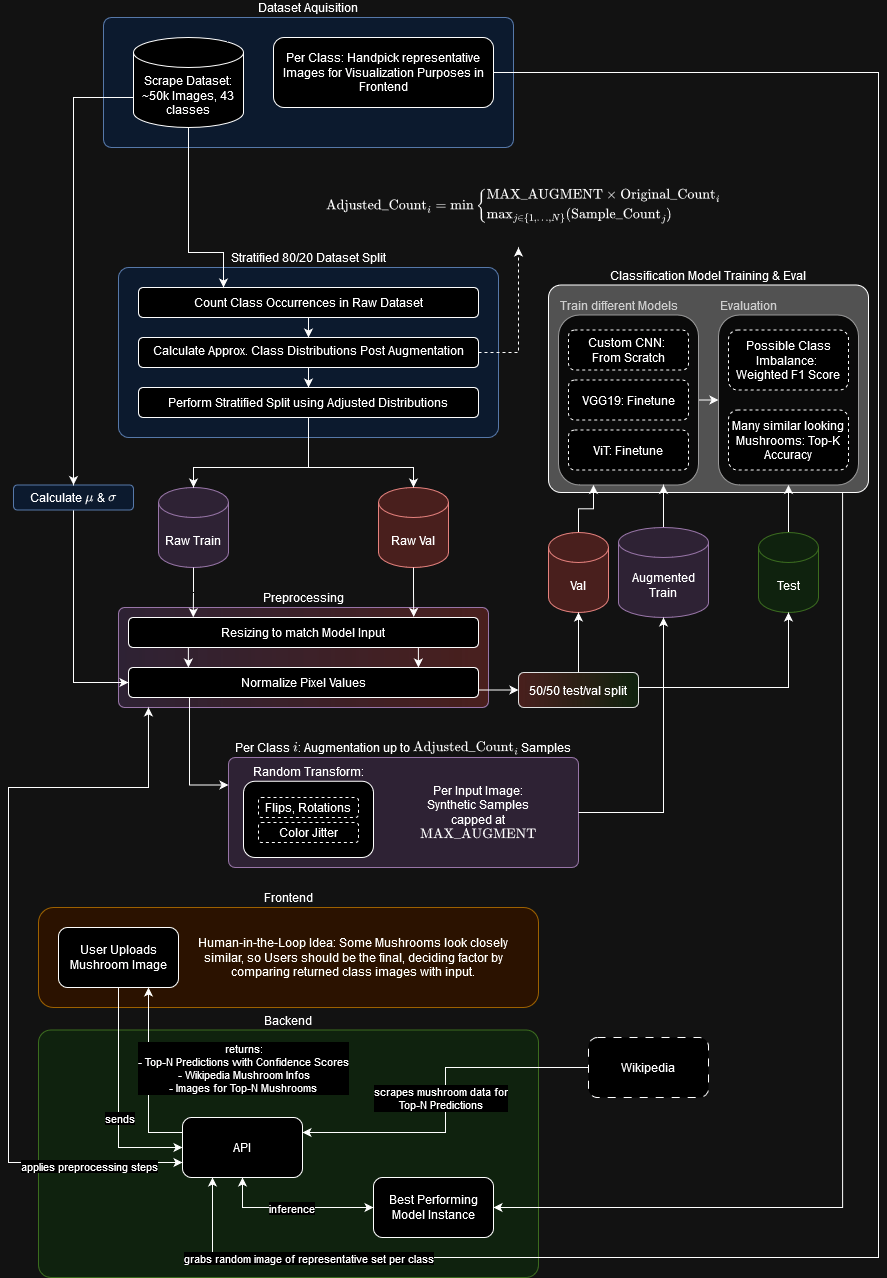
This is backend/plots/AIR_G7_Architecture_vertical.png from Lksman/Shroomlense, a draw.io export, as it was before one commit. Source tidied: cells renumbered, new cells last; positions are measured from the earlier drawing's top-left corner, leaving out a move shared by most shapes.
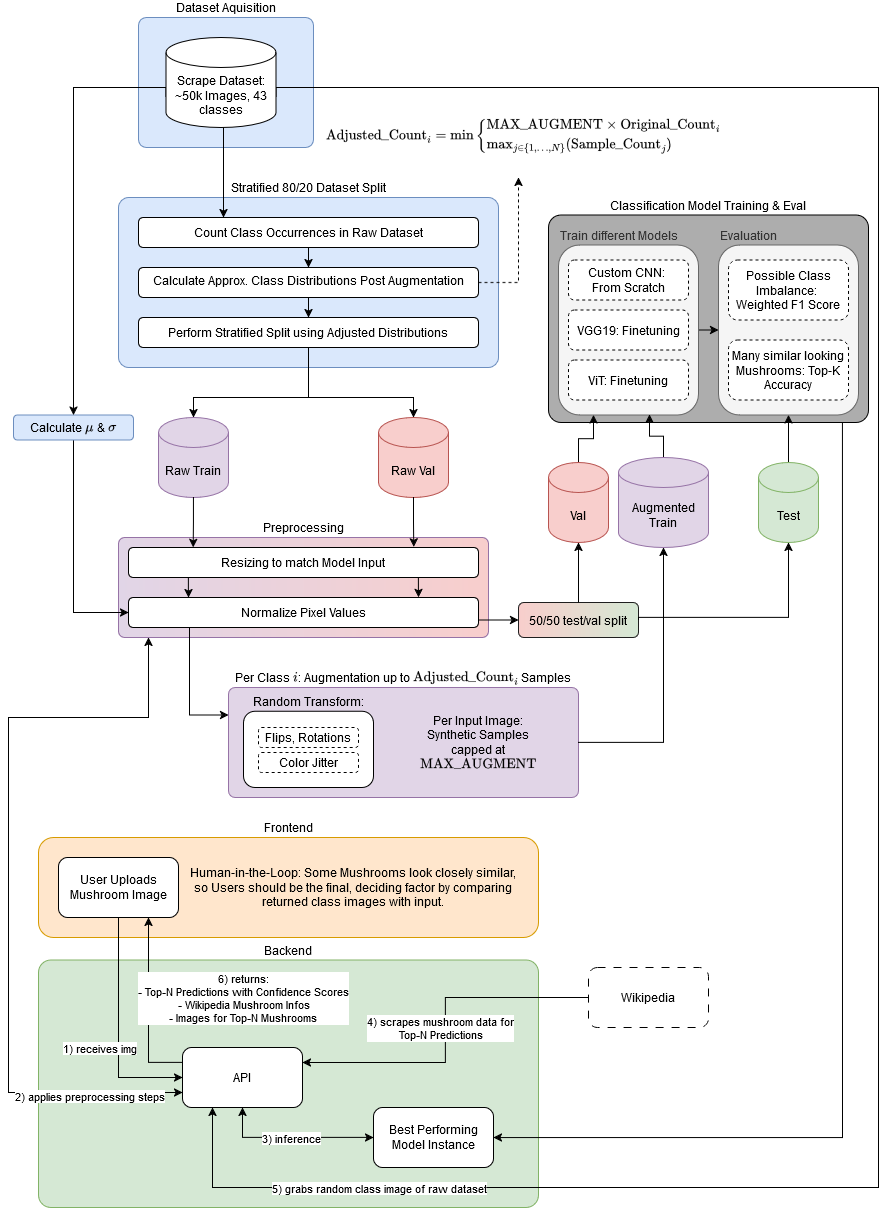
Later version of the same file.

What changed in the source:
```diff
@@ -3,7 +3,7 @@
     <mxCell id="0" />
     <mxCell id="1" parent="0" />
     <mxCell id="2" value="Dataset Aquisition" style="rounded=1;whiteSpace=wrap;html=1;labelPosition=center;verticalLabelPosition=top;align=center;verticalAlign=bottom;arcSize=6;textDirection=ltr;fillColor=#dae8fc;strokeColor=#6c8ebf;" parent="1" vertex="1">
-      <mxGeometry x="95" width="410" height="130" as="geometry" />
+      <mxGeometry x="130" y="70" width="175" height="130" as="geometry" />
     </mxCell>
     <mxCell id="3" value="Backend" style="rounded=1;whiteSpace=wrap;html=1;arcSize=5;align=center;labelPosition=center;verticalLabelPosition=top;verticalAlign=bottom;fillColor=#d5e8d4;strokeColor=#82b366;" parent="1" vertex="1">
       <mxGeometry x="30" y="1012.5" width="500" height="247.5" as="geometry" />
@@ -162,13 +162,13 @@
     <mxCell id="43" value="&lt;div&gt;Custom CNN:&amp;nbsp;&lt;/div&gt;&lt;div&gt;From Scratch&lt;/div&gt;" style="rounded=1;whiteSpace=wrap;html=1;dashed=1;" parent="1" vertex="1">
       <mxGeometry x="560" y="312.5" width="120" height="40" as="geometry" />
     </mxCell>
-    <mxCell id="44" value="VGG19: Finetune" style="rounded=1;whiteSpace=wrap;html=1;dashed=1;" parent="1" vertex="1">
+    <mxCell id="44" value="VGG19: Finetuning" style="rounded=1;whiteSpace=wrap;html=1;dashed=1;" parent="1" vertex="1">
       <mxGeometry x="560" y="362.5" width="120" height="40" as="geometry" />
     </mxCell>
-    <mxCell id="45" value="ViT: Finetune" style="rounded=1;whiteSpace=wrap;html=1;dashed=1;" parent="1" vertex="1">
+    <mxCell id="45" value="ViT: Finetuning" style="rounded=1;whiteSpace=wrap;html=1;dashed=1;" parent="1" vertex="1">
       <mxGeometry x="560" y="412.5" width="120" height="40" as="geometry" />
     </mxCell>
-    <mxCell id="46" style="edgeStyle=orthogonalEdgeStyle;rounded=0;jettySize=auto;html=1;exitX=0.5;exitY=0;exitDx=0;exitDy=0;exitPerimeter=0;entryX=0.75;entryY=1;entryDx=0;entryDy=0;" parent="1" edge="1" source="47" target="42">
+    <mxCell id="46" style="edgeStyle=orthogonalEdgeStyle;rounded=0;jettySize=auto;html=1;exitX=0.5;exitY=0;exitDx=0;exitDy=0;exitPerimeter=0;entryX=0.65;entryY=0.997;entryDx=0;entryDy=0;entryPerimeter=0;" parent="1" edge="1" source="47" target="42">
       <mxGeometry relative="1" as="geometry" />
     </mxCell>
     <mxCell id="47" value="Augmented Train" style="shape=cylinder3;whiteSpace=wrap;html=1;boundedLbl=1;backgroundOutline=1;size=15;fillColor=#e1d5e7;strokeColor=#9673a6;" parent="1" vertex="1">
@@ -184,23 +184,23 @@
     <mxCell id="49" style="edgeStyle=orthogonalEdgeStyle;rounded=0;jettySize=auto;html=1;exitX=0.5;exitY=1;exitDx=0;exitDy=0;entryX=0.25;entryY=0;entryDx=0;entryDy=0;exitPerimeter=0;" parent="1" edge="1" source="69" target="10">
       <mxGeometry relative="1" as="geometry">
         <Array as="points">
-          <mxPoint x="180" y="235" />
-          <mxPoint x="215" y="235" />
+          <mxPoint x="215" y="110" />
         </Array>
       </mxGeometry>
     </mxCell>
-    <mxCell id="50" style="edgeStyle=orthogonalEdgeStyle;rounded=0;jettySize=auto;html=1;exitX=1;exitY=0.5;exitDx=0;exitDy=0;entryX=0.25;entryY=1;entryDx=0;entryDy=0;" parent="1" edge="1" source="70" target="66">
+    <mxCell id="50" style="edgeStyle=orthogonalEdgeStyle;rounded=0;jettySize=auto;html=1;entryX=0.25;entryY=1;entryDx=0;entryDy=0;exitX=1;exitY=0;exitDx=0;exitDy=60;exitPerimeter=0;" parent="1" edge="1" source="69" target="66">
       <mxGeometry relative="1" as="geometry">
         <Array as="points">
-          <mxPoint x="870" y="55" />
+          <mxPoint x="268" y="140" />
+          <mxPoint x="870" y="140" />
           <mxPoint x="870" y="1240" />
           <mxPoint x="204" y="1240" />
         </Array>
       </mxGeometry>
     </mxCell>
-    <mxCell id="51" value="grabs random image of representative set per class" style="edgeLabel;html=1;align=center;verticalAlign=middle;" parent="50" vertex="1">
+    <mxCell id="51" value="5) grabs random class image of raw dataset" style="edgeLabel;html=1;align=center;verticalAlign=middle;" parent="50" vertex="1">
       <mxGeometry x="0.4" y="4" relative="1" as="geometry">
-        <mxPoint x="-522" y="-4" as="offset" />
+        <mxPoint x="-494" y="-4" as="offset" />
       </mxGeometry>
     </mxCell>
     <mxCell id="52" value="Evaluation" style="rounded=1;whiteSpace=wrap;html=1;labelPosition=center;verticalLabelPosition=top;align=left;verticalAlign=bottom;fillColor=#f5f5f5;fontColor=#333333;strokeColor=#666666;" parent="1" vertex="1">
@@ -221,9 +221,9 @@
     <mxCell id="57" style="edgeStyle=orthogonalEdgeStyle;rounded=0;jettySize=auto;html=1;exitX=0.5;exitY=1;exitDx=0;exitDy=0;entryX=0;entryY=0.5;entryDx=0;entryDy=0;" parent="1" edge="1" source="59" target="66">
       <mxGeometry relative="1" as="geometry" />
     </mxCell>
-    <mxCell id="58" value="sends" style="edgeLabel;html=1;align=center;verticalAlign=middle;" parent="57" vertex="1">
+    <mxCell id="58" value="1) receives img" style="edgeLabel;html=1;align=center;verticalAlign=middle;" parent="57" vertex="1">
       <mxGeometry x="-0.08" relative="1" as="geometry">
-        <mxPoint y="27" as="offset" />
+        <mxPoint x="-20" y="27" as="offset" />
       </mxGeometry>
     </mxCell>
     <mxCell id="59" value="User Uploads Mushroom Image" style="rounded=1;whiteSpace=wrap;html=1;" parent="1" vertex="1">
@@ -232,7 +232,7 @@
     <mxCell id="60" style="edgeStyle=orthogonalEdgeStyle;rounded=0;jettySize=auto;html=1;exitX=1;exitY=0.25;exitDx=0;exitDy=0;entryX=0;entryY=0.5;entryDx=0;entryDy=0;endArrow=none;endFill=0;startArrow=classic;startFill=1;" parent="1" edge="1" source="66" target="5">
       <mxGeometry relative="1" as="geometry" />
     </mxCell>
-    <mxCell id="61" value="&lt;div&gt;scrapes mushroom data for &lt;br&gt;&lt;/div&gt;&lt;div&gt;Top-N Predictions&lt;/div&gt;" style="edgeLabel;html=1;align=center;verticalAlign=middle;" parent="60" vertex="1">
+    <mxCell id="61" value="4) scrapes mushroom data for &lt;br&gt;&lt;div&gt;Top-N Predictions&lt;/div&gt;" style="edgeLabel;html=1;align=center;verticalAlign=middle;" parent="60" vertex="1">
       <mxGeometry x="-0.28" y="-4" relative="1" as="geometry">
         <mxPoint x="10" y="-39" as="offset" />
       </mxGeometry>
@@ -240,7 +240,7 @@
     <mxCell id="62" style="edgeStyle=orthogonalEdgeStyle;rounded=0;jettySize=auto;html=1;exitX=0;exitY=0.25;exitDx=0;exitDy=0;entryX=0.75;entryY=1;entryDx=0;entryDy=0;" parent="1" edge="1" source="66" target="59">
       <mxGeometry relative="1" as="geometry" />
     </mxCell>
-    <mxCell id="63" value="&lt;div&gt;returns:&lt;/div&gt;&lt;div&gt;- Top-N Predictions with Confidence Scores&lt;br&gt;&lt;/div&gt;&lt;div&gt;- Wikipedia Mushroom Infos&lt;/div&gt;&lt;div&gt;- Images for Top-N Mushrooms&lt;br&gt;&lt;/div&gt;" style="edgeLabel;html=1;align=center;verticalAlign=middle;" parent="62" vertex="1">
+    <mxCell id="63" value="&lt;div&gt;6) returns:&lt;/div&gt;&lt;div&gt;- Top-N Predictions with Confidence Scores&lt;br&gt;&lt;/div&gt;&lt;div&gt;- Wikipedia Mushroom Infos&lt;/div&gt;&lt;div&gt;- Images for Top-N Mushrooms&lt;br&gt;&lt;/div&gt;" style="edgeLabel;html=1;align=center;verticalAlign=middle;" parent="62" vertex="1">
       <mxGeometry x="0.48" y="1" relative="1" as="geometry">
         <mxPoint x="95" y="34" as="offset" />
       </mxGeometry>
@@ -248,7 +248,7 @@
     <mxCell id="64" style="edgeStyle=orthogonalEdgeStyle;rounded=0;jettySize=auto;html=1;exitX=0.5;exitY=1;exitDx=0;exitDy=0;entryX=0;entryY=0.5;entryDx=0;entryDy=0;startArrow=classic;startFill=1;" parent="1" edge="1" source="66" target="55">
       <mxGeometry relative="1" as="geometry" />
     </mxCell>
-    <mxCell id="65" value="inference" style="edgeLabel;html=1;align=center;verticalAlign=middle;" parent="64" vertex="1">
+    <mxCell id="65" value="&lt;div&gt;3) inference&lt;/div&gt;" style="edgeLabel;html=1;align=center;verticalAlign=middle;" parent="64" vertex="1">
       <mxGeometry x="-0.15" y="-4" relative="1" as="geometry">
         <mxPoint x="9" y="-4" as="offset" />
       </mxGeometry>
@@ -256,22 +256,20 @@
     <mxCell id="66" value="API" style="rounded=1;whiteSpace=wrap;html=1;" parent="1" vertex="1">
       <mxGeometry x="174" y="1100" width="120" height="60" as="geometry" />
     </mxCell>
-    <mxCell id="67" value="Human-in-the-Loop Idea: Some Mushrooms look closely similar, so Users should be the final, deciding factor by comparing returned class images with input." style="text;html=1;align=center;verticalAlign=middle;whiteSpace=wrap;rounded=0;" parent="1" vertex="1">
+    <mxCell id="67" value="Human-in-the-Loop: Some Mushrooms look closely similar, so Users should be the final, deciding factor by comparing returned class images with input." style="text;html=1;align=center;verticalAlign=middle;whiteSpace=wrap;rounded=0;" parent="1" vertex="1">
       <mxGeometry x="180" y="910" width="330" height="60" as="geometry" />
     </mxCell>
     <mxCell id="68" style="edgeStyle=orthogonalEdgeStyle;rounded=0;jettySize=auto;html=1;entryX=0.5;entryY=0;entryDx=0;entryDy=0;exitX=0;exitY=0;exitDx=0;exitDy=60;exitPerimeter=0;" parent="1" edge="1" source="69" target="22">
       <mxGeometry relative="1" as="geometry">
         <Array as="points">
-          <mxPoint x="65" y="80" />
+          <mxPoint x="158" y="140" />
+          <mxPoint x="65" y="140" />
         </Array>
       </mxGeometry>
     </mxCell>
     <mxCell id="69" value="&lt;div&gt;Scrape Dataset:&lt;/div&gt;&lt;div&gt;~50k Images, 43 classes&lt;br&gt;&lt;/div&gt;" style="shape=cylinder3;whiteSpace=wrap;html=1;boundedLbl=1;backgroundOutline=1;size=15;" parent="1" vertex="1">
-      <mxGeometry x="125" y="20" width="110" height="90" as="geometry" />
+      <mxGeometry x="157.5" y="90" width="110" height="90" as="geometry" />
     </mxCell>
-    <mxCell id="70" value="Per Class: Handpick representative Images for Visualization Purposes in Frontend" style="rounded=1;whiteSpace=wrap;html=1;" parent="1" vertex="1">
-      <mxGeometry x="265" y="20" width="220" height="70" as="geometry" />
-    </mxCell>
     <mxCell id="71" style="edgeStyle=orthogonalEdgeStyle;rounded=0;jettySize=auto;html=1;exitX=0;exitY=0.75;exitDx=0;exitDy=0;entryX=0.081;entryY=0.999;entryDx=0;entryDy=0;startArrow=classic;startFill=1;entryPerimeter=0;" parent="1" edge="1" source="66" target="13">
       <mxGeometry relative="1" as="geometry">
         <Array as="points">
@@ -281,7 +279,7 @@
         </Array>
       </mxGeometry>
     </mxCell>
-    <mxCell id="72" value="applies preprocessing steps" style="edgeLabel;html=1;align=center;verticalAlign=middle;" parent="71" vertex="1">
+    <mxCell id="72" value="&lt;div&gt;2) applies preprocessing steps&lt;/div&gt;" style="edgeLabel;html=1;align=center;verticalAlign=middle;" parent="71" vertex="1">
       <mxGeometry x="-0.74" y="3" relative="1" as="geometry">
         <mxPoint x="6" as="offset" />
       </mxGeometry>
```
